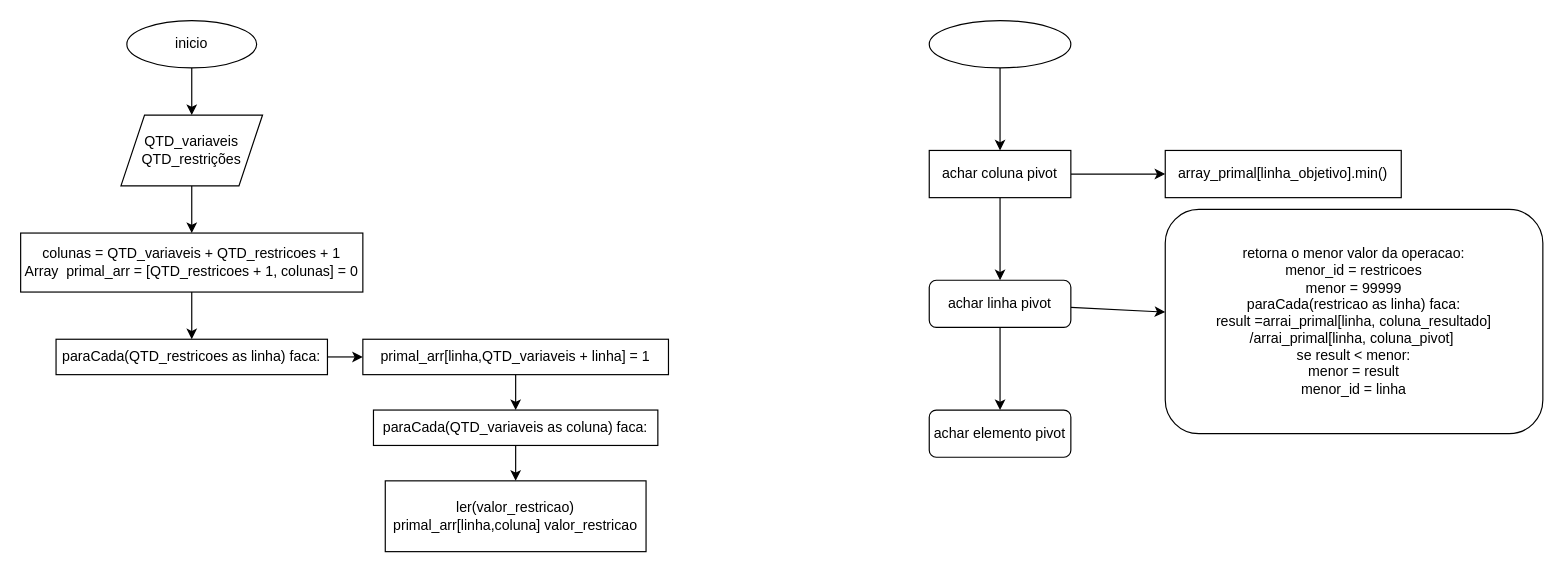
This is primal.drawio from brendoLoR/algoritimo-primal, a draw.io file, before an edit. Source tidied: cells renumbered, new cells numbered last; positions are measured from the earlier drawing's top-left corner, leaving out a move shared by most shapes. Both pictures are drawn from the tidied source at 118%, with x=0, y=0 at pixel (20, 20).
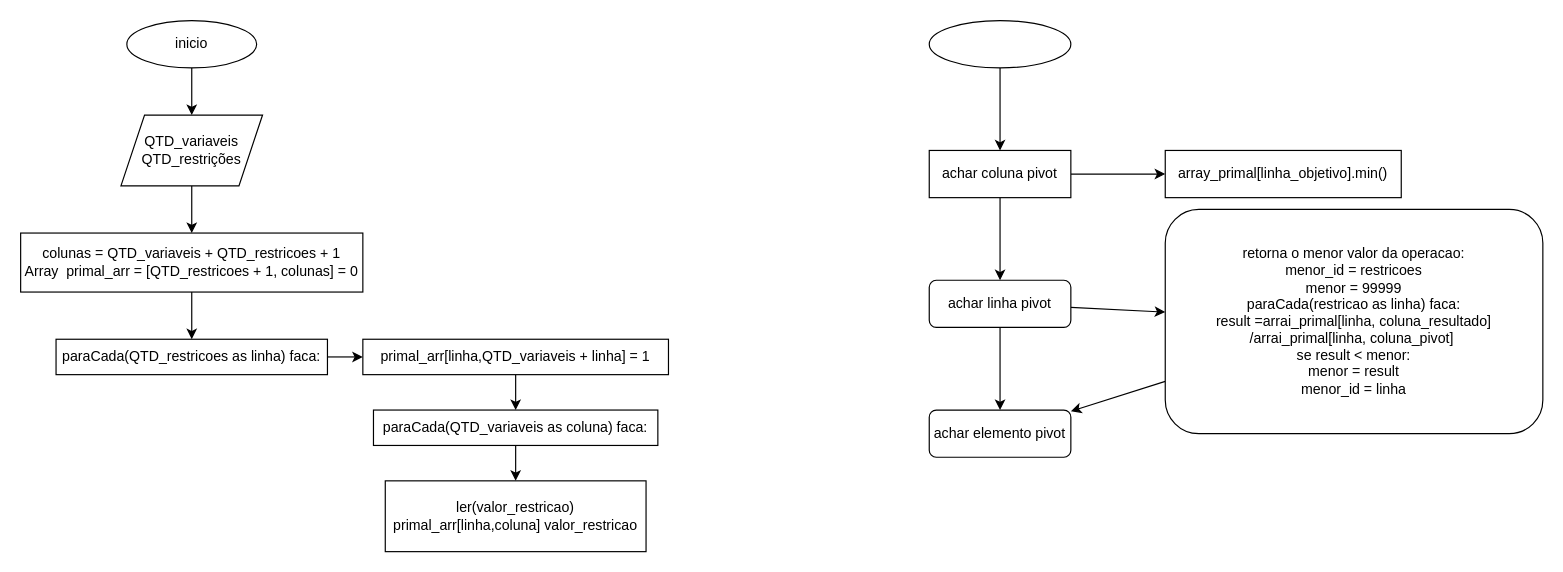
After the change.

Unchanged cells that the change refers to:
```xml
<mxCell id="23" value="achar elemento pivot" style="whiteSpace=wrap;html=1;rounded=1;" parent="1" vertex="1">
  <mxGeometry x="770" y="330" width="120" height="40" as="geometry" />
</mxCell>
<mxCell id="25" value="retorna o menor valor da operacao:&lt;br&gt;menor_id = restricoes&lt;br&gt;menor = 99999&lt;br&gt;paraCada(restricao as linha) faca:&lt;br&gt;result =arrai_primal[linha, coluna_resultado]&lt;br&gt;/arrai_primal[linha, coluna_pivot]&amp;nbsp;&lt;br&gt;se result &amp;lt; menor:&lt;br&gt;menor = result&lt;br&gt;menor_id = linha" style="whiteSpace=wrap;html=1;rounded=1;" parent="1" vertex="1">
  <mxGeometry x="970" y="160" width="320" height="190" as="geometry" />
</mxCell>
```

Diff of the diagram source:
```diff
@@
+    <mxCell id="26" style="edgeStyle=none;html=1;" parent="1" edge="1" source="25" target="23">
+      <mxGeometry relative="1" as="geometry" />
+    </mxCell>
```
